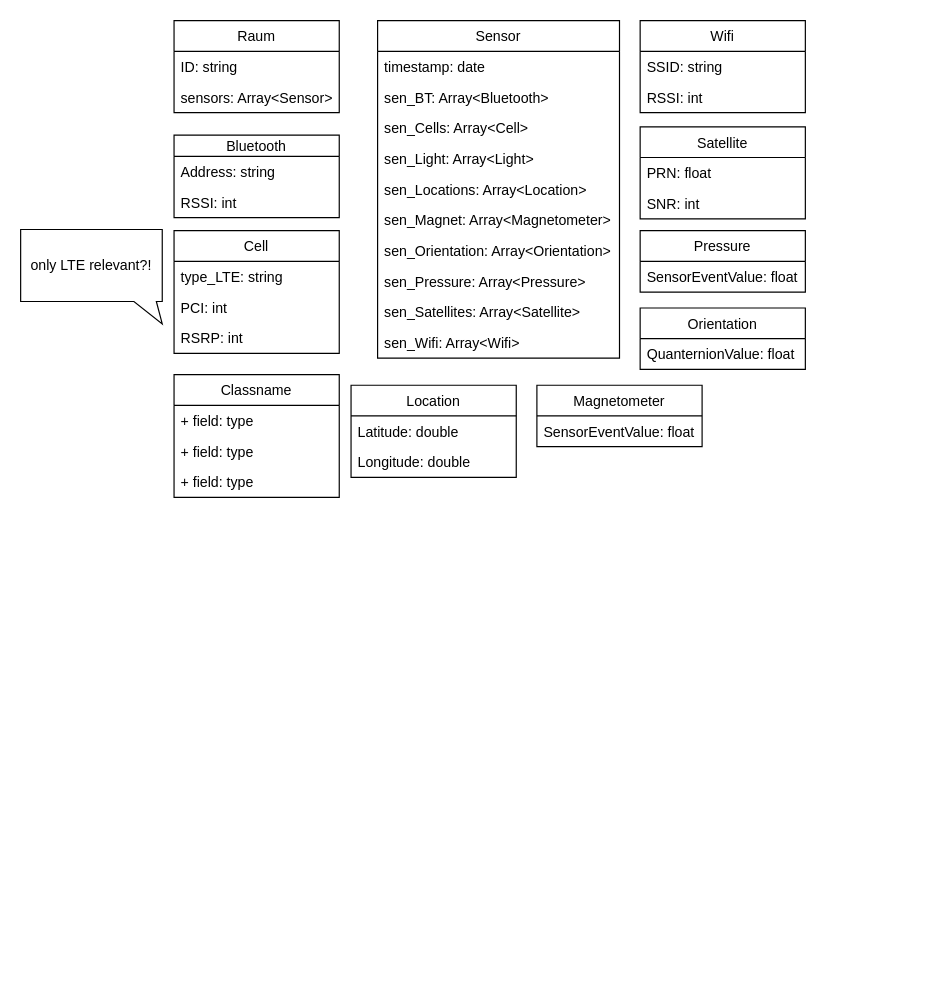
Earlier version of the draw.io diagram FP_DataModel.drawio (wurmc/DataModelling). Source tidied: cells renumbered, new cells numbered last; positions are measured from the earlier drawing's top-left corner, leaving out a move shared by most shapes. Both pictures are drawn from the tidied source at 118%, with x=0, y=0 at pixel (20, 20).
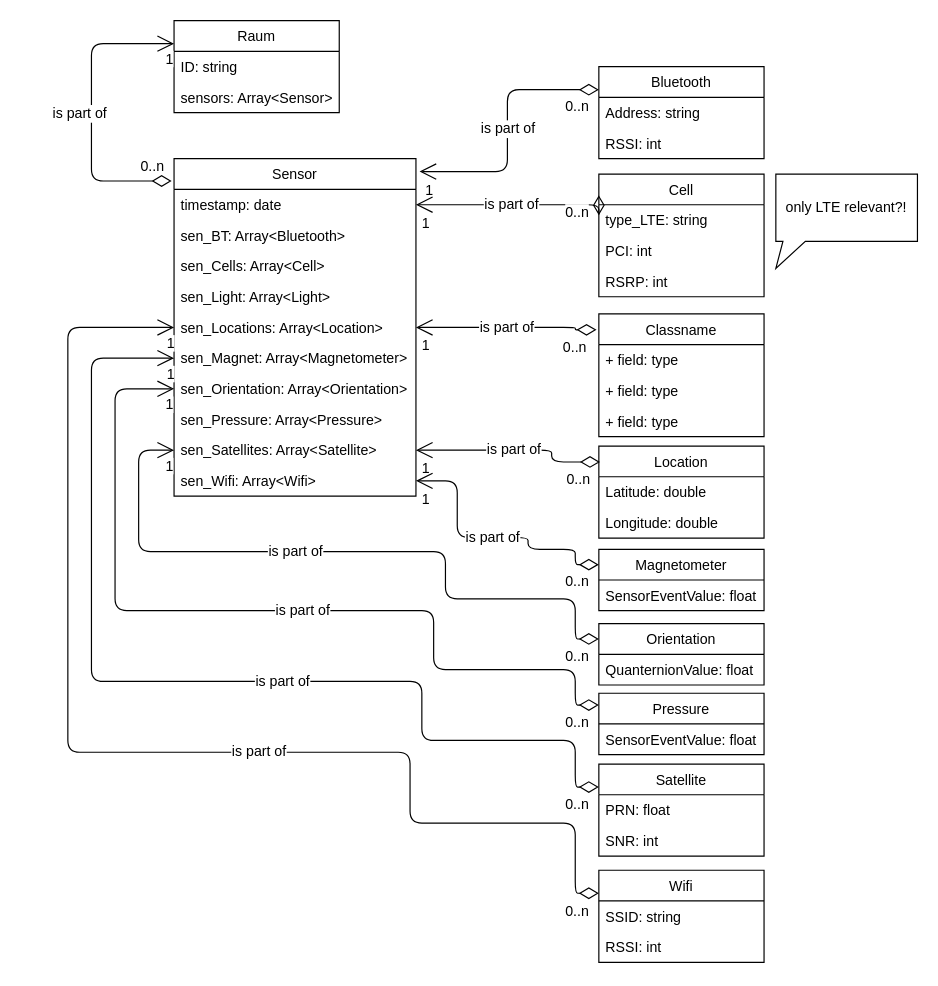
After the change.

The change refers to these unchanged cells:
```xml
<mxCell id="2" value="Raum" style="swimlane;fontStyle=0;horizontal=1;startSize=26;fillColor=none;" parent="1" vertex="1">
  <mxGeometry x="130" width="140" height="78" as="geometry" />
</mxCell>
<mxCell id="6" value="timestamp: date" style="text;strokeColor=none;fillColor=none;align=left;verticalAlign=top;spacingLeft=4;spacingRight=4;overflow=hidden;points=[[0,0.5],[1,0.5]];portConstraint=eastwest;" parent="5" vertex="1">
  <mxGeometry y="26" width="205" height="26" as="geometry" />
</mxCell>
<mxCell id="10" value="sen_Locations: Array&lt;Location&gt;&#10;" style="text;strokeColor=none;fillColor=none;align=left;verticalAlign=top;spacingLeft=4;spacingRight=4;overflow=hidden;points=[[0,0.5],[1,0.5]];portConstraint=eastwest;" parent="5" vertex="1">
  <mxGeometry y="130" width="205" height="26" as="geometry" />
</mxCell>
<mxCell id="11" value="sen_Magnet: Array&lt;Magnetometer&gt;&#10;" style="text;strokeColor=none;fillColor=none;align=left;verticalAlign=top;spacingLeft=4;spacingRight=4;overflow=hidden;points=[[0,0.5],[1,0.5]];portConstraint=eastwest;" parent="5" vertex="1">
  <mxGeometry y="156" width="205" height="26" as="geometry" />
</mxCell>
<mxCell id="12" value="sen_Orientation: Array&lt;Orientation&gt;&#10;" style="text;strokeColor=none;fillColor=none;align=left;verticalAlign=top;spacingLeft=4;spacingRight=4;overflow=hidden;points=[[0,0.5],[1,0.5]];portConstraint=eastwest;" parent="5" vertex="1">
  <mxGeometry y="182" width="205" height="26" as="geometry" />
</mxCell>
<mxCell id="14" value="sen_Satellites: Array&lt;Satellite&gt;&#10;" style="text;strokeColor=none;fillColor=none;align=left;verticalAlign=top;spacingLeft=4;spacingRight=4;overflow=hidden;points=[[0,0.5],[1,0.5]];portConstraint=eastwest;" parent="5" vertex="1">
  <mxGeometry y="234" width="205" height="26" as="geometry" />
</mxCell>
<mxCell id="15" value="sen_Wifi: Array&lt;Wifi&gt;" style="text;strokeColor=none;fillColor=none;align=left;verticalAlign=top;spacingLeft=4;spacingRight=4;overflow=hidden;points=[[0,0.5],[1,0.5]];portConstraint=eastwest;" parent="5" vertex="1">
  <mxGeometry y="260" width="205" height="26" as="geometry" />
</mxCell>
```

Diff of the diagram source:
```diff
@@
     <mxCell id="5" value="Sensor" style="swimlane;fontStyle=0;horizontal=1;startSize=26;fillColor=none;" parent="1" vertex="1">
-      <mxGeometry x="302.5" width="205" height="286" as="geometry" />
+      <mxGeometry x="130" y="117" width="205" height="286" as="geometry" />
     </mxCell>
@@
     <mxCell id="16" value="Wifi" style="swimlane;fontStyle=0;horizontal=1;startSize=26;fillColor=none;" parent="1" vertex="1">
-      <mxGeometry x="525" width="140" height="78" as="geometry" />
+      <mxGeometry x="490" y="720" width="140" height="78" as="geometry" />
     </mxCell>
@@
-    <mxCell id="19" value="Bluetooth" style="swimlane;fontStyle=0;horizontal=1;startSize=18;fillColor=none;" parent="1" vertex="1">
-      <mxGeometry x="130" y="97" width="140" height="70" as="geometry" />
+    <mxCell id="19" value="Bluetooth" style="swimlane;fontStyle=0;horizontal=1;startSize=26;fillColor=none;" parent="1" vertex="1">
+      <mxGeometry x="490" y="39" width="140" height="78" as="geometry" />
     </mxCell>
     <mxCell id="20" value="Address: string" style="text;strokeColor=none;fillColor=none;align=left;verticalAlign=top;spacingLeft=4;spacingRight=4;overflow=hidden;" parent="19" vertex="1">
-      <mxGeometry y="18" width="140" height="26" as="geometry" />
+      <mxGeometry y="26" width="140" height="26" as="geometry" />
     </mxCell>
     <mxCell id="21" value="RSSI: int" style="text;strokeColor=none;fillColor=none;align=left;verticalAlign=top;spacingLeft=4;spacingRight=4;overflow=hidden;" parent="19" vertex="1">
-      <mxGeometry y="44" width="140" height="26" as="geometry" />
+      <mxGeometry y="52" width="140" height="26" as="geometry" />
     </mxCell>
     <mxCell id="22" value="Cell" style="swimlane;fontStyle=0;horizontal=1;startSize=26;fillColor=none;" parent="1" vertex="1">
-      <mxGeometry x="130" y="178" width="140" height="104" as="geometry" />
+      <mxGeometry x="490" y="130" width="140" height="104" as="geometry" />
     </mxCell>
@@
-    <mxCell id="26" value="only LTE relevant?!" style="shape=callout;whiteSpace=wrap;html=1;perimeter=calloutPerimeter;position2=1;size=19;position=0.8;base=19;" parent="1" vertex="1">
-      <mxGeometry y="177" width="120" height="80" as="geometry" />
+    <mxCell id="26" value="only LTE relevant?!" style="shape=callout;whiteSpace=wrap;html=1;perimeter=calloutPerimeter;position2=0;size=23;position=0.05;base=19;" parent="1" vertex="1">
+      <mxGeometry x="640" y="130" width="120" height="80" as="geometry" />
     </mxCell>
     <mxCell id="27" value="Location" style="swimlane;fontStyle=0;horizontal=1;startSize=26;fillColor=none;" parent="1" vertex="1">
-      <mxGeometry x="280" y="309" width="140" height="78" as="geometry" />
+      <mxGeometry x="490" y="360.5" width="140" height="78" as="geometry" />
     </mxCell>
@@
     <mxCell id="30" value="Magnetometer" style="swimlane;fontStyle=0;horizontal=1;startSize=26;fillColor=none;" parent="1" vertex="1">
-      <mxGeometry x="437.5" y="309" width="140" height="52" as="geometry" />
+      <mxGeometry x="490" y="448" width="140" height="52" as="geometry" />
     </mxCell>
@@
     <mxCell id="32" value="Classname" style="swimlane;fontStyle=0;horizontal=1;startSize=26;fillColor=none;" parent="1" vertex="1">
-      <mxGeometry x="130" y="300" width="140" height="104" as="geometry" />
+      <mxGeometry x="490" y="248.5" width="140" height="104" as="geometry" />
     </mxCell>
@@
     <mxCell id="36" value="Orientation" style="swimlane;fontStyle=0;horizontal=1;startSize=26;fillColor=none;" parent="1" vertex="1">
-      <mxGeometry x="525" y="243.5" width="140" height="52" as="geometry" />
+      <mxGeometry x="490" y="511" width="140" height="52" as="geometry" />
     </mxCell>
@@
     <mxCell id="38" value="Pressure" style="swimlane;fontStyle=0;horizontal=1;startSize=26;fillColor=none;" parent="1" vertex="1">
-      <mxGeometry x="525" y="178" width="140" height="52" as="geometry" />
+      <mxGeometry x="490" y="570" width="140" height="52" as="geometry" />
     </mxCell>
@@
     <mxCell id="40" value="Satellite" style="swimlane;fontStyle=0;horizontal=1;startSize=26;fillColor=none;" parent="1" vertex="1">
-      <mxGeometry x="525" y="90" width="140" height="78" as="geometry" />
+      <mxGeometry x="490" y="630" width="140" height="78" as="geometry" />
     </mxCell>
@@
+    <mxCell id="43" value="is part of" style="endArrow=open;html=1;endSize=12;startArrow=diamondThin;startSize=14;startFill=0;edgeStyle=orthogonalEdgeStyle;fontSize=12;exitX=0;exitY=0.25;exitDx=0;exitDy=0;entryX=1.015;entryY=0.038;entryDx=0;entryDy=0;entryPerimeter=0;" parent="1" edge="1" source="19" target="5">
+      <mxGeometry relative="1" as="geometry" />
+    </mxCell>
+    <mxCell id="44" value="0..n" style="html=1;align=left;verticalAlign=top;labelBackgroundColor=#ffffff;fontSize=12;" parent="43" vertex="1">
+      <mxGeometry x="-1" relative="1" as="geometry">
+        <mxPoint x="-30" y="1" as="offset" />
+      </mxGeometry>
+    </mxCell>
+    <mxCell id="45" value="1" style="html=1;align=right;verticalAlign=top;labelBackgroundColor=#ffffff;fontSize=12;" parent="43" vertex="1">
+      <mxGeometry x="1" relative="1" as="geometry">
+        <mxPoint x="12" y="2" as="offset" />
+      </mxGeometry>
+    </mxCell>
+    <mxCell id="46" value="is part of" style="endArrow=open;html=1;endSize=12;startArrow=diamondThin;startSize=14;startFill=0;edgeStyle=orthogonalEdgeStyle;fontSize=12;exitX=0;exitY=0.173;exitDx=0;exitDy=0;entryX=1;entryY=0.5;entryDx=0;entryDy=0;exitPerimeter=0;" parent="1" edge="1" source="22" target="6">
+      <mxGeometry relative="1" as="geometry">
+        <Array as="points">
+          <mxPoint x="490" y="156" />
+        </Array>
+      </mxGeometry>
+    </mxCell>
+    <mxCell id="47" value="0..n" style="html=1;align=left;verticalAlign=top;labelBackgroundColor=#ffffff;fontSize=12;" parent="46" vertex="1">
+      <mxGeometry x="-1" relative="1" as="geometry">
+        <mxPoint x="-30" y="1" as="offset" />
+      </mxGeometry>
+    </mxCell>
+    <mxCell id="48" value="1" style="html=1;align=right;verticalAlign=top;labelBackgroundColor=#ffffff;fontSize=12;" parent="46" vertex="1">
+      <mxGeometry x="1" relative="1" as="geometry">
+        <mxPoint x="12" y="2" as="offset" />
+      </mxGeometry>
+    </mxCell>
+    <mxCell id="49" value="is part of" style="endArrow=open;html=1;endSize=12;startArrow=diamondThin;startSize=14;startFill=0;edgeStyle=orthogonalEdgeStyle;fontSize=12;exitX=-0.014;exitY=0.13;exitDx=0;exitDy=0;entryX=1;entryY=0.5;entryDx=0;entryDy=0;exitPerimeter=0;" parent="1" edge="1" source="32" target="10">
+      <mxGeometry relative="1" as="geometry">
+        <Array as="points">
+          <mxPoint x="470" y="262" />
+          <mxPoint x="470" y="260" />
+        </Array>
+      </mxGeometry>
+    </mxCell>
+    <mxCell id="50" value="0..n" style="html=1;align=left;verticalAlign=top;labelBackgroundColor=#ffffff;fontSize=12;" parent="49" vertex="1">
+      <mxGeometry x="-1" relative="1" as="geometry">
+        <mxPoint x="-30" y="1" as="offset" />
+      </mxGeometry>
+    </mxCell>
+    <mxCell id="51" value="1" style="html=1;align=right;verticalAlign=top;labelBackgroundColor=#ffffff;fontSize=12;" parent="49" vertex="1">
+      <mxGeometry x="1" relative="1" as="geometry">
+        <mxPoint x="12" y="2" as="offset" />
+      </mxGeometry>
+    </mxCell>
+    <mxCell id="52" value="is part of" style="endArrow=open;html=1;endSize=12;startArrow=diamondThin;startSize=14;startFill=0;edgeStyle=orthogonalEdgeStyle;fontSize=12;exitX=0.007;exitY=0.173;exitDx=0;exitDy=0;entryX=1;entryY=0.5;entryDx=0;entryDy=0;exitPerimeter=0;" parent="1" edge="1" source="27" target="14">
+      <mxGeometry relative="1" as="geometry">
+        <Array as="points">
+          <mxPoint x="450" y="374" />
+          <mxPoint x="450" y="364" />
+        </Array>
+      </mxGeometry>
+    </mxCell>
+    <mxCell id="53" value="0..n" style="html=1;align=left;verticalAlign=top;labelBackgroundColor=#ffffff;fontSize=12;" parent="52" vertex="1">
+      <mxGeometry x="-1" relative="1" as="geometry">
+        <mxPoint x="-30" y="1" as="offset" />
+      </mxGeometry>
+    </mxCell>
+    <mxCell id="54" value="1" style="html=1;align=right;verticalAlign=top;labelBackgroundColor=#ffffff;fontSize=12;" parent="52" vertex="1">
+      <mxGeometry x="1" relative="1" as="geometry">
+        <mxPoint x="12" y="2" as="offset" />
+      </mxGeometry>
+    </mxCell>
+    <mxCell id="55" value="is part of" style="endArrow=open;html=1;endSize=12;startArrow=diamondThin;startSize=14;startFill=0;edgeStyle=orthogonalEdgeStyle;fontSize=12;exitX=0;exitY=0.25;exitDx=0;exitDy=0;entryX=1;entryY=0.5;entryDx=0;entryDy=0;" parent="1" edge="1" source="30" target="15">
+      <mxGeometry relative="1" as="geometry">
+        <Array as="points">
+          <mxPoint x="470" y="461" />
+          <mxPoint x="470" y="448" />
+          <mxPoint x="430" y="448" />
+          <mxPoint x="430" y="438" />
+          <mxPoint x="370" y="438" />
+          <mxPoint x="370" y="390" />
+        </Array>
+      </mxGeometry>
+    </mxCell>
+    <mxCell id="56" value="0..n" style="html=1;align=left;verticalAlign=top;labelBackgroundColor=#ffffff;fontSize=12;" parent="55" vertex="1">
+      <mxGeometry x="-1" relative="1" as="geometry">
+        <mxPoint x="-30" y="1" as="offset" />
+      </mxGeometry>
+    </mxCell>
+    <mxCell id="57" value="1" style="html=1;align=right;verticalAlign=top;labelBackgroundColor=#ffffff;fontSize=12;" parent="55" vertex="1">
+      <mxGeometry x="1" relative="1" as="geometry">
+        <mxPoint x="12" y="2" as="offset" />
+      </mxGeometry>
+    </mxCell>
+    <mxCell id="58" value="is part of" style="endArrow=open;html=1;endSize=12;startArrow=diamondThin;startSize=14;startFill=0;edgeStyle=orthogonalEdgeStyle;fontSize=12;exitX=0;exitY=0.25;exitDx=0;exitDy=0;entryX=0;entryY=0.5;entryDx=0;entryDy=0;" parent="1" edge="1" source="36" target="14">
+      <mxGeometry x="0.14" relative="1" as="geometry">
+        <Array as="points">
+          <mxPoint x="470" y="524" />
+          <mxPoint x="470" y="490" />
+          <mxPoint x="360" y="490" />
+          <mxPoint x="360" y="450" />
+          <mxPoint x="100" y="450" />
+          <mxPoint x="100" y="364" />
+        </Array>
+      </mxGeometry>
+    </mxCell>
+    <mxCell id="59" value="0..n" style="html=1;align=left;verticalAlign=top;labelBackgroundColor=#ffffff;fontSize=12;" parent="58" vertex="1">
+      <mxGeometry x="-1" relative="1" as="geometry">
+        <mxPoint x="-30" y="1" as="offset" />
+      </mxGeometry>
+    </mxCell>
+    <mxCell id="60" value="1" style="html=1;align=right;verticalAlign=top;labelBackgroundColor=#ffffff;fontSize=12;" parent="58" vertex="1">
+      <mxGeometry x="1" relative="1" as="geometry" />
+    </mxCell>
+    <mxCell id="61" value="is part of" style="endArrow=open;html=1;endSize=12;startArrow=diamondThin;startSize=14;startFill=0;edgeStyle=orthogonalEdgeStyle;fontSize=12;exitX=0;exitY=0.192;exitDx=0;exitDy=0;entryX=0;entryY=0.5;entryDx=0;entryDy=0;exitPerimeter=0;" parent="1" edge="1" source="38" target="12">
+      <mxGeometry x="-0.09" relative="1" as="geometry">
+        <Array as="points">
+          <mxPoint x="470" y="580" />
+          <mxPoint x="470" y="550" />
+          <mxPoint x="350" y="550" />
+          <mxPoint x="350" y="500" />
+          <mxPoint x="80" y="500" />
+          <mxPoint x="80" y="312" />
+        </Array>
+      </mxGeometry>
+    </mxCell>
+    <mxCell id="62" value="0..n" style="html=1;align=left;verticalAlign=top;labelBackgroundColor=#ffffff;fontSize=12;" parent="61" vertex="1">
+      <mxGeometry x="-1" relative="1" as="geometry">
+        <mxPoint x="-30" y="1" as="offset" />
+      </mxGeometry>
+    </mxCell>
+    <mxCell id="63" value="1" style="html=1;align=right;verticalAlign=top;labelBackgroundColor=#ffffff;fontSize=12;" parent="61" vertex="1">
+      <mxGeometry x="1" relative="1" as="geometry" />
+    </mxCell>
+    <mxCell id="64" value="is part of" style="endArrow=open;html=1;endSize=12;startArrow=diamondThin;startSize=14;startFill=0;edgeStyle=orthogonalEdgeStyle;fontSize=12;exitX=0;exitY=0.25;exitDx=0;exitDy=0;entryX=0;entryY=0.5;entryDx=0;entryDy=0;" parent="1" edge="1" source="40" target="11">
+      <mxGeometry x="-0.17" relative="1" as="geometry">
+        <Array as="points">
+          <mxPoint x="470" y="650" />
+          <mxPoint x="470" y="610" />
+          <mxPoint x="340" y="610" />
+          <mxPoint x="340" y="560" />
+          <mxPoint x="60" y="560" />
+          <mxPoint x="60" y="286" />
+        </Array>
+      </mxGeometry>
+    </mxCell>
+    <mxCell id="65" value="0..n" style="html=1;align=left;verticalAlign=top;labelBackgroundColor=#ffffff;fontSize=12;" parent="64" vertex="1">
+      <mxGeometry x="-1" relative="1" as="geometry">
+        <mxPoint x="-30" y="1" as="offset" />
+      </mxGeometry>
+    </mxCell>
+    <mxCell id="66" value="1" style="html=1;align=right;verticalAlign=top;labelBackgroundColor=#ffffff;fontSize=12;" parent="64" vertex="1">
+      <mxGeometry x="1" relative="1" as="geometry" />
+    </mxCell>
+    <mxCell id="67" value="is part of" style="endArrow=open;html=1;endSize=12;startArrow=diamondThin;startSize=14;startFill=0;edgeStyle=orthogonalEdgeStyle;fontSize=12;exitX=0;exitY=0.25;exitDx=0;exitDy=0;entryX=0;entryY=0.5;entryDx=0;entryDy=0;" parent="1" edge="1" source="16" target="10">
+      <mxGeometry x="-0.2" relative="1" as="geometry">
+        <Array as="points">
+          <mxPoint x="470" y="740" />
+          <mxPoint x="470" y="680" />
+          <mxPoint x="330" y="680" />
+          <mxPoint x="330" y="620" />
+          <mxPoint x="40" y="620" />
+          <mxPoint x="40" y="260" />
+        </Array>
+      </mxGeometry>
+    </mxCell>
+    <mxCell id="68" value="0..n" style="html=1;align=left;verticalAlign=top;labelBackgroundColor=#ffffff;fontSize=12;" parent="67" vertex="1">
+      <mxGeometry x="-1" relative="1" as="geometry">
+        <mxPoint x="-30" y="1" as="offset" />
+      </mxGeometry>
+    </mxCell>
+    <mxCell id="69" value="1" style="html=1;align=right;verticalAlign=top;labelBackgroundColor=#ffffff;fontSize=12;" parent="67" vertex="1">
+      <mxGeometry x="1" relative="1" as="geometry" />
+    </mxCell>
+    <mxCell id="70" value="is part of" style="endArrow=open;html=1;endSize=12;startArrow=diamondThin;startSize=14;startFill=0;edgeStyle=orthogonalEdgeStyle;fontSize=12;entryX=0;entryY=0.25;entryDx=0;entryDy=0;exitX=-0.01;exitY=0.066;exitDx=0;exitDy=0;exitPerimeter=0;" parent="1" edge="1" source="5" target="2">
+      <mxGeometry x="-0.02" y="10" relative="1" as="geometry">
+        <Array as="points">
+          <mxPoint x="60" y="136" />
+          <mxPoint x="60" y="20" />
+        </Array>
+      </mxGeometry>
+    </mxCell>
+    <mxCell id="71" value="0..n" style="html=1;align=left;verticalAlign=top;labelBackgroundColor=#ffffff;fontSize=12;" parent="70" vertex="1">
+      <mxGeometry x="-1" relative="1" as="geometry">
+        <mxPoint x="-28" y="-26" as="offset" />
+      </mxGeometry>
+    </mxCell>
+    <mxCell id="72" value="1" style="html=1;align=right;verticalAlign=top;labelBackgroundColor=#ffffff;fontSize=12;" parent="70" vertex="1">
+      <mxGeometry x="1" relative="1" as="geometry" />
+    </mxCell>
```
